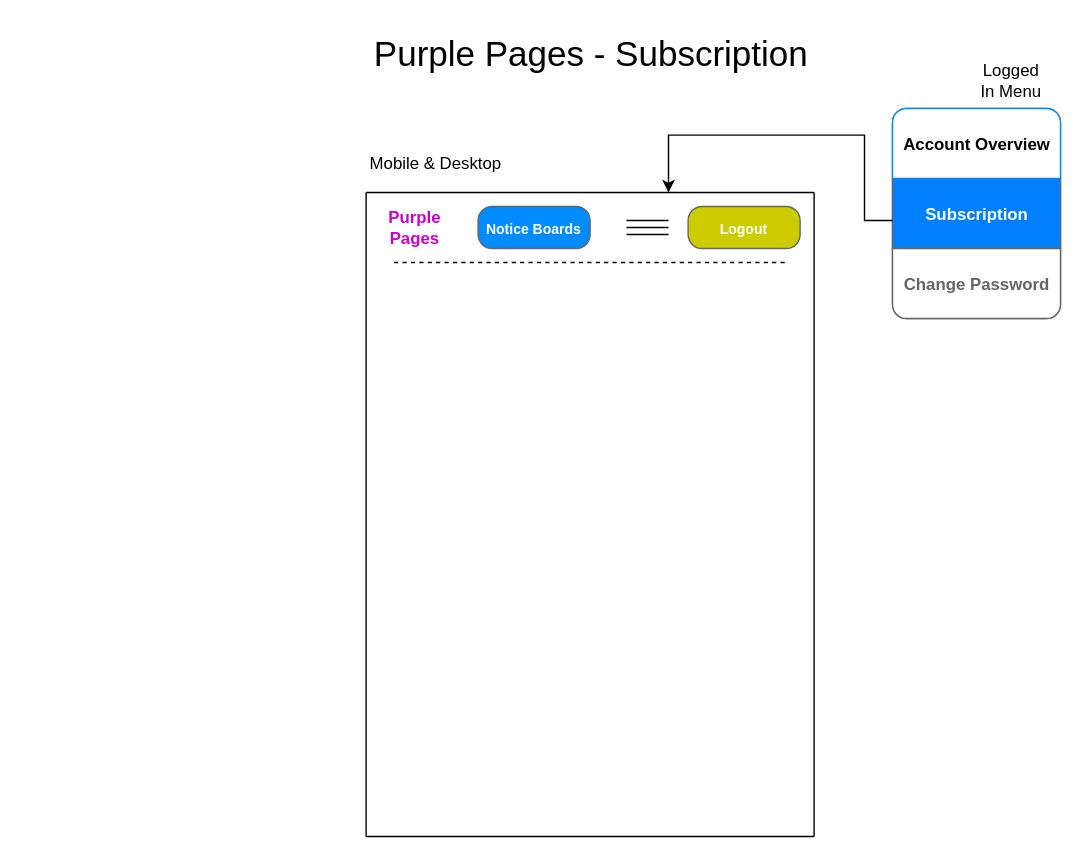
davebland/purple-pages keeps this draw.io diagram as planning/purple-pages-subscription-view.drawio. Above is the earlier version. Source tidied: cells renumbered, new cells numbered last; positions are measured from the earlier drawing's top-left corner, leaving out a move shared by most shapes. Both pictures are drawn from the tidied source at 140%, with x=0, y=0 at pixel (150, 24).
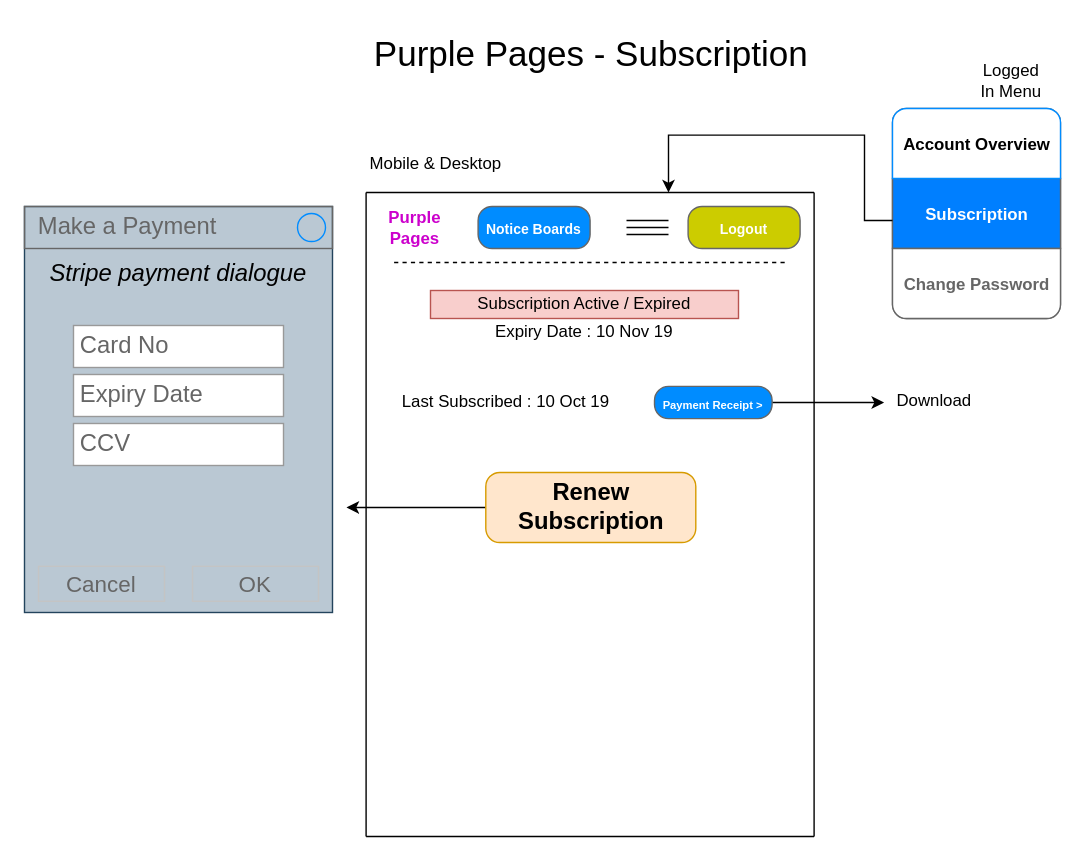
The same page after the edit.

Commit message (it also covers changes not shown here):
updates to home and account view planning documents

Diff of the diagram source:
```diff
@@
+    <mxCell id="21" value="Subscription Active / Expired" style="text;html=1;strokeColor=#b85450;fillColor=#f8cecc;align=center;verticalAlign=middle;whiteSpace=wrap;rounded=0;" parent="1" vertex="1">
+      <mxGeometry x="200" y="190" width="220" height="20" as="geometry" />
+    </mxCell>
+    <mxCell id="22" value="Expiry Date : 10 Nov 19" style="text;html=1;strokeColor=none;fillColor=none;align=center;verticalAlign=middle;whiteSpace=wrap;rounded=0;" parent="1" vertex="1">
+      <mxGeometry x="237" y="210" width="146" height="20" as="geometry" />
+    </mxCell>
+    <mxCell id="23" value="Last Subscribed : 10 Oct 19" style="text;html=1;strokeColor=none;fillColor=none;align=center;verticalAlign=middle;whiteSpace=wrap;rounded=0;" parent="1" vertex="1">
+      <mxGeometry x="171" y="260" width="166" height="20" as="geometry" />
+    </mxCell>
+    <mxCell id="24" style="edgeStyle=orthogonalEdgeStyle;rounded=0;jettySize=auto;html=1;" parent="1" edge="1" source="25">
+      <mxGeometry relative="1" as="geometry">
+        <mxPoint x="524" y="270" as="targetPoint" />
+      </mxGeometry>
+    </mxCell>
+    <mxCell id="25" value="&lt;font style=&quot;font-size: 8px&quot;&gt;Payment Receipt &amp;gt;&lt;/font&gt;" style="strokeWidth=1;shadow=0;dashed=0;align=center;html=1;shape=mxgraph.mockup.buttons.button;strokeColor=#666666;fontColor=#ffffff;mainText=;buttonStyle=round;fontSize=17;fontStyle=1;fillColor=#008cff;whiteSpace=wrap;" parent="1" vertex="1">
+      <mxGeometry x="360" y="258.5" width="84" height="23" as="geometry" />
+    </mxCell>
+    <mxCell id="26" style="edgeStyle=orthogonalEdgeStyle;rounded=0;jettySize=auto;html=1;" parent="1" edge="1" source="27">
+      <mxGeometry relative="1" as="geometry">
+        <mxPoint x="140" y="345" as="targetPoint" />
+      </mxGeometry>
+    </mxCell>
+    <mxCell id="27" value="Renew Subscription" style="strokeWidth=1;shadow=0;dashed=0;align=center;html=1;shape=mxgraph.mockup.buttons.button;strokeColor=#d79b00;mainText=;buttonStyle=round;fontSize=17;fontStyle=1;fillColor=#ffe6cc;whiteSpace=wrap;" parent="1" vertex="1">
+      <mxGeometry x="239.5" y="320" width="150" height="50" as="geometry" />
+    </mxCell>
+    <mxCell id="28" value="&lt;i&gt;Stripe payment dialogue&lt;/i&gt;" style="strokeWidth=1;shadow=0;dashed=0;align=center;html=1;shape=mxgraph.mockup.containers.rrect;rSize=0;strokeColor=#23445d;fontSize=17;verticalAlign=top;whiteSpace=wrap;fillColor=#bac8d3;spacingTop=32;" parent="1" vertex="1">
+      <mxGeometry x="-90" y="130" width="220" height="290" as="geometry" />
+    </mxCell>
+    <mxCell id="29" value="Make a Payment" style="strokeWidth=1;shadow=0;dashed=0;align=center;html=1;shape=mxgraph.mockup.containers.rrect;rSize=0;fontSize=17;fontColor=#666666;strokeColor=#666666;align=left;spacingLeft=8;fillColor=none;" parent="28" vertex="1">
+      <mxGeometry width="220" height="30" relative="1" as="geometry" />
+    </mxCell>
+    <mxCell id="30" style="shape=ellipse;strokeColor=#008cff;fillColor=none;html=1;" parent="29" vertex="1">
+      <mxGeometry x="1" y="0.5" width="20" height="20" relative="1" as="geometry">
+        <mxPoint x="-25" y="-10" as="offset" />
+      </mxGeometry>
+    </mxCell>
+    <mxCell id="31" value="Cancel" style="strokeWidth=1;shadow=0;dashed=0;align=center;html=1;shape=mxgraph.mockup.containers.rrect;rSize=0;fontSize=16;fontColor=#666666;strokeColor=#c4c4c4;whiteSpace=wrap;fillColor=none;" parent="28" vertex="1">
+      <mxGeometry x="0.25" y="1" width="90" height="25" relative="1" as="geometry">
+        <mxPoint x="-45" y="-33" as="offset" />
+      </mxGeometry>
+    </mxCell>
+    <mxCell id="32" value="OK" style="strokeWidth=1;shadow=0;dashed=0;align=center;html=1;shape=mxgraph.mockup.containers.rrect;rSize=0;fontSize=16;fontColor=#666666;strokeColor=#c4c4c4;whiteSpace=wrap;fillColor=none;" parent="28" vertex="1">
+      <mxGeometry x="0.75" y="1" width="90" height="25" relative="1" as="geometry">
+        <mxPoint x="-45" y="-33" as="offset" />
+      </mxGeometry>
+    </mxCell>
+    <mxCell id="33" value="Card No" style="strokeWidth=1;shadow=0;dashed=0;align=center;html=1;shape=mxgraph.mockup.forms.pwField;strokeColor=#999999;mainText=;align=left;fillColor=#ffffff;fontColor=#666666;fontSize=17;spacingLeft=3;" parent="28" vertex="1">
+      <mxGeometry x="35" y="85" width="150" height="30" as="geometry" />
+    </mxCell>
+    <mxCell id="34" value="Expiry Date" style="strokeWidth=1;shadow=0;dashed=0;align=center;html=1;shape=mxgraph.mockup.forms.pwField;strokeColor=#999999;mainText=;align=left;fillColor=#ffffff;fontColor=#666666;fontSize=17;spacingLeft=3;" parent="28" vertex="1">
+      <mxGeometry x="35" y="120" width="150" height="30" as="geometry" />
+    </mxCell>
+    <mxCell id="35" value="CCV" style="strokeWidth=1;shadow=0;dashed=0;align=center;html=1;shape=mxgraph.mockup.forms.pwField;strokeColor=#999999;mainText=;align=left;fillColor=#ffffff;fontColor=#666666;fontSize=17;spacingLeft=3;" parent="28" vertex="1">
+      <mxGeometry x="35" y="155" width="150" height="30" as="geometry" />
+    </mxCell>
+    <mxCell id="36" value="Download" style="text;html=1;strokeColor=none;fillColor=none;align=center;verticalAlign=middle;whiteSpace=wrap;rounded=0;" parent="1" vertex="1">
+      <mxGeometry x="540" y="258.5" width="40" height="20" as="geometry" />
+    </mxCell>
```
